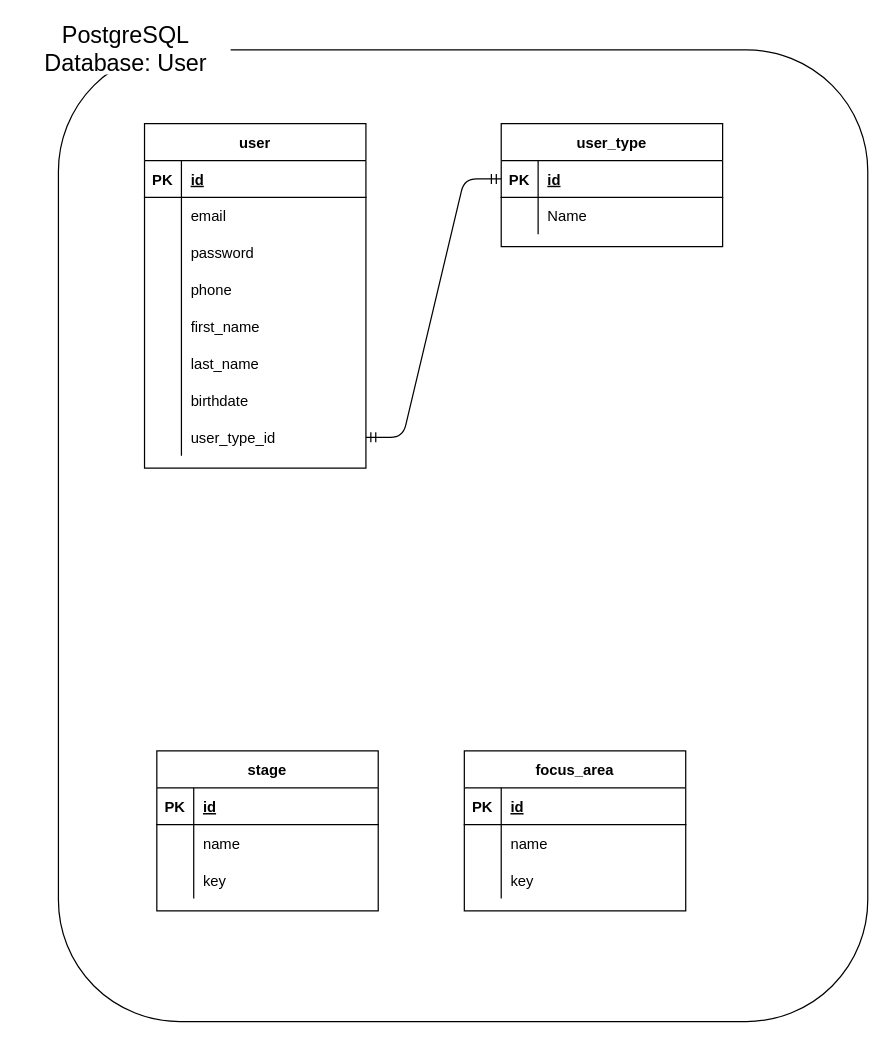
Above: documentation/database.drawio in muriloarelhano/go-devrel-backend (draw.io), before the change. Source tidied: cells renumbered, new cells numbered last; positions are measured from the earlier drawing's top-left corner, leaving out a move shared by most shapes. Both pictures are drawn from the tidied source at 123%, with x=0, y=0 at pixel (21, 25).
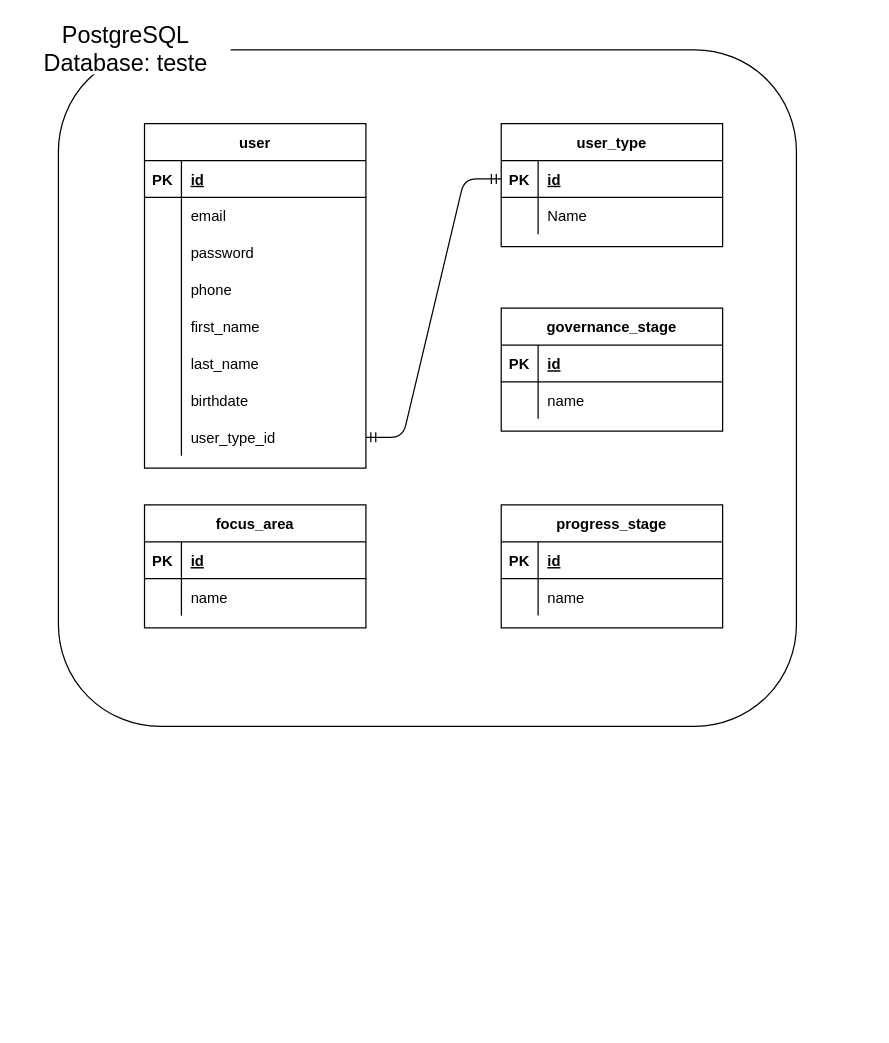
Above is the later version.

Commit message:
docs: Update database model

Change to the diagram source:
```diff
@@
     <mxCell id="2" style="rounded=1;whiteSpace=wrap;html=1;fillColor=none;" parent="1" vertex="1">
-      <mxGeometry x="30" y="20" width="658" height="790" as="geometry" />
+      <mxGeometry x="30" y="20" width="600" height="550" as="geometry" />
     </mxCell>
@@
     <mxCell id="28" value="focus_area" style="shape=table;startSize=30;childLayout=tableLayout;rowLines=0;fontStyle=1;align=center;" parent="1" vertex="1">
-      <mxGeometry x="360" y="590" width="180" height="130" as="geometry" />
+      <mxGeometry x="100" y="390" width="180" height="100" as="geometry" />
     </mxCell>
@@
-    <mxCell id="35" style="shape=partialRectangle;fillColor=none;top=0;left=0;bottom=0;right=0;" parent="28" vertex="1">
-      <mxGeometry y="90" width="180" height="30" as="geometry" />
-    </mxCell>
-    <mxCell id="36" style="shape=partialRectangle;fillColor=none;top=0;left=0;bottom=0;right=0;overflow=hidden;" parent="35" vertex="1">
-      <mxGeometry width="30" height="30" as="geometry" />
-    </mxCell>
-    <mxCell id="37" value="key" style="shape=partialRectangle;fillColor=none;top=0;left=0;bottom=0;right=0;align=left;spacingLeft=6;overflow=hidden;" parent="35" vertex="1">
-      <mxGeometry x="30" width="150" height="30" as="geometry" />
-    </mxCell>
-    <mxCell id="38" value="PostgreSQL&lt;br style=&quot;font-size: 19px&quot;&gt;Database: User" style="text;html=1;align=center;verticalAlign=middle;whiteSpace=wrap;rounded=1;strokeWidth=1;fontSize=19;fillColor=default;perimeterSpacing=1;gradientColor=none;" parent="1" vertex="1">
+    <mxCell id="38" value="PostgreSQL&lt;br style=&quot;font-size: 19px&quot;&gt;Database: teste" style="text;html=1;align=center;verticalAlign=middle;whiteSpace=wrap;rounded=1;strokeWidth=1;fontSize=19;fillColor=default;perimeterSpacing=1;gradientColor=none;" parent="1" vertex="1">
       <mxGeometry width="170" height="40" as="geometry" />
     </mxCell>
@@
-    <mxCell id="47" value="stage" style="shape=table;startSize=30;childLayout=tableLayout;rowLines=0;fontStyle=1;align=center;" parent="1" vertex="1">
-      <mxGeometry x="110" y="590" width="180" height="130" as="geometry" />
+    <mxCell id="47" value="progress_stage" style="shape=table;startSize=30;childLayout=tableLayout;rowLines=0;fontStyle=1;align=center;" parent="1" vertex="1">
+      <mxGeometry x="390" y="390" width="180" height="100" as="geometry" />
     </mxCell>
@@
-    <mxCell id="54" style="shape=partialRectangle;fillColor=none;top=0;left=0;bottom=0;right=0;" parent="47" vertex="1">
-      <mxGeometry y="90" width="180" height="30" as="geometry" />
-    </mxCell>
-    <mxCell id="55" style="shape=partialRectangle;fillColor=none;top=0;left=0;bottom=0;right=0;overflow=hidden;" parent="54" vertex="1">
-      <mxGeometry width="30" height="30" as="geometry" />
-    </mxCell>
-    <mxCell id="56" value="key" style="shape=partialRectangle;fillColor=none;top=0;left=0;bottom=0;right=0;align=left;spacingLeft=6;overflow=hidden;" parent="54" vertex="1">
-      <mxGeometry x="30" width="150" height="30" as="geometry" />
-    </mxCell>
+    <mxCell id="57" value="governance_stage" style="shape=table;startSize=30;childLayout=tableLayout;rowLines=0;fontStyle=1;align=center;" parent="1" vertex="1">
+      <mxGeometry x="390" y="230" width="180" height="100" as="geometry" />
+    </mxCell>
+    <mxCell id="58" style="shape=partialRectangle;fillColor=none;top=0;left=0;bottom=1;right=0;" parent="57" vertex="1">
+      <mxGeometry y="30" width="180" height="30" as="geometry" />
+    </mxCell>
+    <mxCell id="59" value="PK" style="shape=partialRectangle;fillColor=none;top=0;left=0;bottom=0;right=0;fontStyle=1;overflow=hidden;" parent="58" vertex="1">
+      <mxGeometry width="30" height="30" as="geometry" />
+    </mxCell>
+    <mxCell id="60" value="id" style="shape=partialRectangle;fillColor=none;top=0;left=0;bottom=0;right=0;align=left;spacingLeft=6;fontStyle=5;overflow=hidden;" parent="58" vertex="1">
+      <mxGeometry x="30" width="150" height="30" as="geometry" />
+    </mxCell>
+    <mxCell id="61" style="shape=partialRectangle;fillColor=none;top=0;left=0;bottom=0;right=0;" parent="57" vertex="1">
+      <mxGeometry y="60" width="180" height="30" as="geometry" />
+    </mxCell>
+    <mxCell id="62" style="shape=partialRectangle;fillColor=none;top=0;left=0;bottom=0;right=0;overflow=hidden;" parent="61" vertex="1">
+      <mxGeometry width="30" height="30" as="geometry" />
+    </mxCell>
+    <mxCell id="63" value="name" style="shape=partialRectangle;fillColor=none;top=0;left=0;bottom=0;right=0;align=left;spacingLeft=6;overflow=hidden;" parent="61" vertex="1">
+      <mxGeometry x="30" width="150" height="30" as="geometry" />
+    </mxCell>
```
